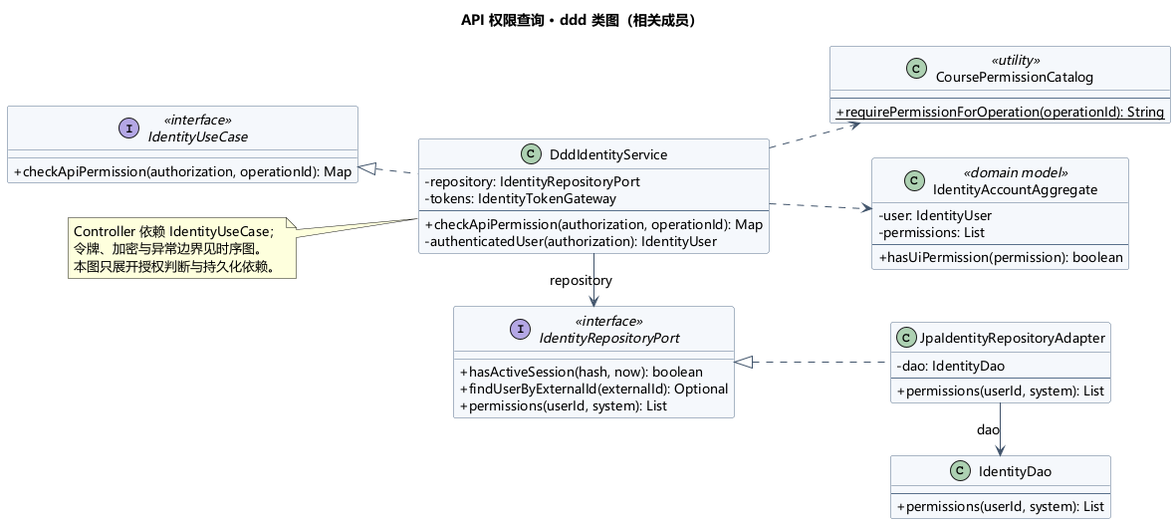
The PlantUML diagram doc/uml/api-permission-ddd-class.png in JiuQi79-BOT/MelonHub, before a commit. Its diagram source:
```plantuml
@startuml
skinparam shadowing false
skinparam defaultFontName Microsoft YaHei
skinparam defaultFontSize 13
skinparam classAttributeIconSize 0
skinparam backgroundColor white
skinparam ArrowColor #41546B
skinparam classBackgroundColor #F5F8FC
skinparam classBorderColor #59708C
skinparam sequenceParticipantBackgroundColor #EEF3F9
skinparam sequenceParticipantBorderColor #59708C
skinparam sequenceGroupBackgroundColor transparent
skinparam sequenceMessageAlign left
title API 权限查询 · ddd 类图（相关成员）
left to right direction
interface "IdentityUseCase" as U <<interface>> {
 + checkApiPermission(authorization, operationId): Map
}
class "DddIdentityService" as S {
 - repository: IdentityRepositoryPort
 - tokens: IdentityTokenGateway
 --
 + checkApiPermission(authorization, operationId): Map
 - authenticatedUser(authorization): IdentityUser
}
interface "IdentityRepositoryPort" as R <<interface>> {
 + hasActiveSession(hash, now): boolean
 + findUserByExternalId(externalId): Optional
 + permissions(userId, system): List
}
class "JpaIdentityRepositoryAdapter" as A {
 - dao: IdentityDao
 --
 + permissions(userId, system): List
}
class "IdentityDao" as DAO {
 --
 + permissions(userId, system): List
}
class "CoursePermissionCatalog" as Catalog <<utility>> {
 --
 + {static} requirePermissionForOperation(operationId): String
}
class "IdentityAccountAggregate" as Model <<domain model>> {
 - user: IdentityUser
 - permissions: List
 --
 + hasUiPermission(permission): boolean
}
S .up.|> U
S -right-> R : repository
A .up.|> R
A -right-> DAO : dao
Catalog .[hidden]right. Model
S .down.> Catalog
S .down.> Model
note left of S
Controller 依赖 IdentityUseCase；
令牌、加密与异常边界见时序图。
本图只展开授权判断与持久化依赖。
end note
@enduml
```
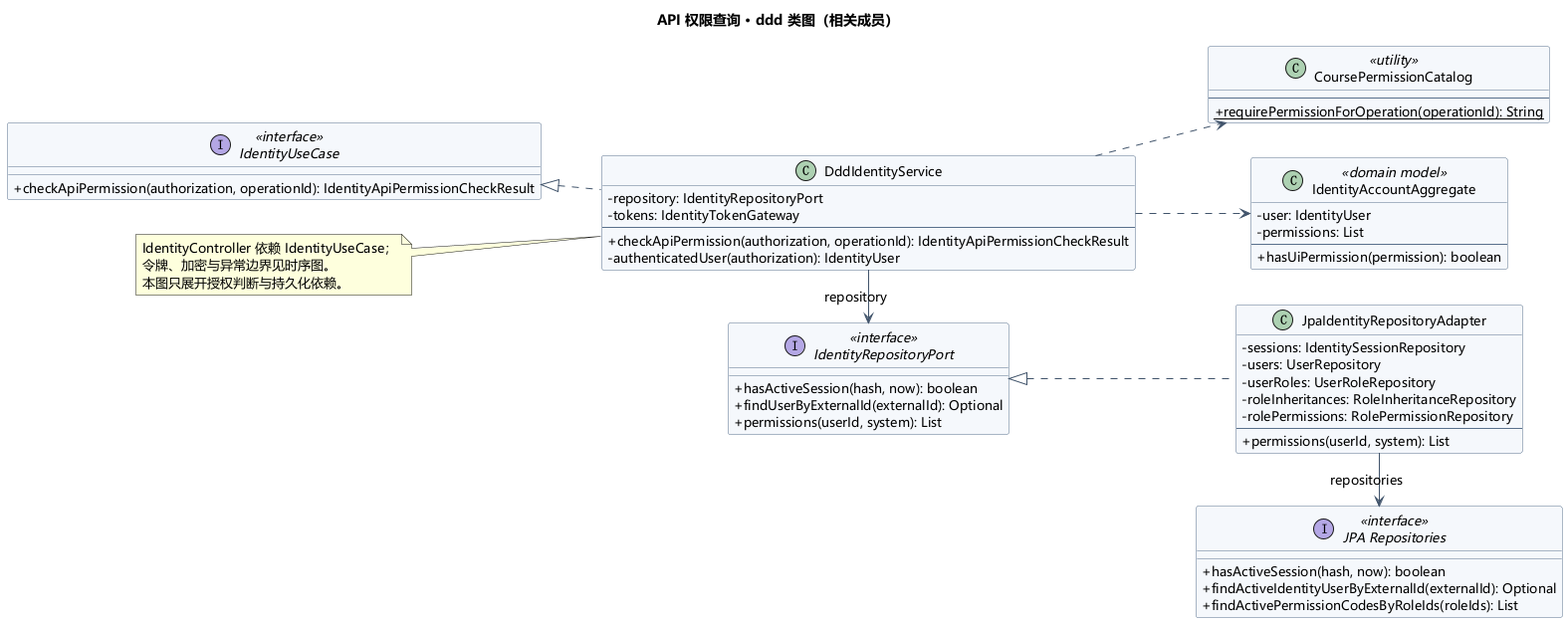
The same file after the commit.

Diff of the diagram source:
```diff
@@ -14,13 +14,13 @@
 title API 权限查询 · ddd 类图（相关成员）
 left to right direction
 interface "IdentityUseCase" as U <<interface>> {
- + checkApiPermission(authorization, operationId): Map
+ + checkApiPermission(authorization, operationId): IdentityApiPermissionCheckResult
 }
 class "DddIdentityService" as S {
  - repository: IdentityRepositoryPort
  - tokens: IdentityTokenGateway
  --
- + checkApiPermission(authorization, operationId): Map
+ + checkApiPermission(authorization, operationId): IdentityApiPermissionCheckResult
  - authenticatedUser(authorization): IdentityUser
 }
 interface "IdentityRepositoryPort" as R <<interface>> {
@@ -29,13 +29,18 @@
  + permissions(userId, system): List
 }
 class "JpaIdentityRepositoryAdapter" as A {
- - dao: IdentityDao
+ - sessions: IdentitySessionRepository
+ - users: UserRepository
+ - userRoles: UserRoleRepository
+ - roleInheritances: RoleInheritanceRepository
+ - rolePermissions: RolePermissionRepository
  --
  + permissions(userId, system): List
 }
-class "IdentityDao" as DAO {
- --
- + permissions(userId, system): List
+interface "JPA Repositories" as JPA <<interface>> {
+ + hasActiveSession(hash, now): boolean
+ + findActiveIdentityUserByExternalId(externalId): Optional
+ + findActivePermissionCodesByRoleIds(roleIds): List
 }
 class "CoursePermissionCatalog" as Catalog <<utility>> {
  --
@@ -50,12 +55,12 @@
 S .up.|> U
 S -right-> R : repository
 A .up.|> R
-A -right-> DAO : dao
+A -right-> JPA : repositories
 Catalog .[hidden]right. Model
 S .down.> Catalog
 S .down.> Model
 note left of S
-Controller 依赖 IdentityUseCase；
+IdentityController 依赖 IdentityUseCase；
 令牌、加密与异常边界见时序图。
 本图只展开授权判断与持久化依赖。
 end note
```
